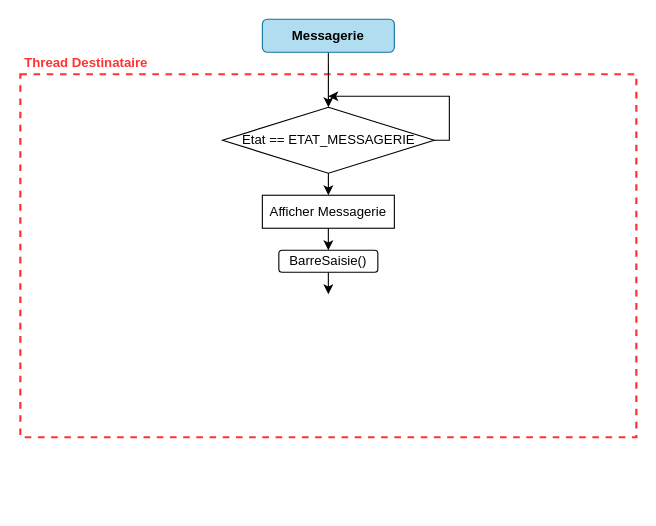
lucasmaisonnave/BottleV2 keeps this draw.io diagram as page "Messagerie Thread" (5 of 6) of AffichageBottle.drawio. Above is the earlier version. Source tidied: cells renumbered, new cells numbered last; positions are measured from the earlier drawing's top-left corner, leaving out a move shared by most shapes. Both pictures are drawn from the tidied source at 110%, with x=0, y=0 at pixel (20, 19).
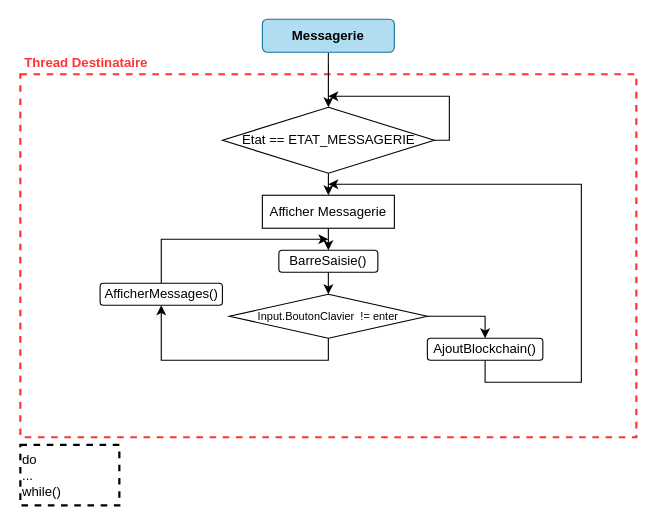
The same diagram, later.

Diff of the diagram source:
```diff
@@
-    <mxCell id="2" style="whiteSpace=wrap;html=1;dashed=1;fillColor=none;strokeColor=#FF3333;strokeWidth=2;" parent="1" vertex="1">
+    <mxCell id="2" style="whiteSpace=wrap;html=1;dashed=1;fillColor=none;strokeColor=#FF3333;strokeWidth=2;backgroundOutline=0;imageAspect=1;" parent="1" vertex="1">
       <mxGeometry y="50" width="560" height="330" as="geometry" />
     </mxCell>
@@
+    <mxCell id="14" style="edgeStyle=orthogonalEdgeStyle;rounded=0;jettySize=auto;html=1;exitX=1;exitY=0.5;exitDx=0;exitDy=0;entryX=0.5;entryY=0;entryDx=0;entryDy=0;" parent="1" edge="1" source="16" target="18">
+      <mxGeometry relative="1" as="geometry">
+        <Array as="points">
+          <mxPoint x="423" y="270" />
+          <mxPoint x="423" y="290" />
+        </Array>
+      </mxGeometry>
+    </mxCell>
+    <mxCell id="15" style="edgeStyle=orthogonalEdgeStyle;rounded=0;jettySize=auto;html=1;exitX=0.5;exitY=1;exitDx=0;exitDy=0;entryX=0.5;entryY=1;entryDx=0;entryDy=0;" parent="1" edge="1" source="16" target="21">
+      <mxGeometry relative="1" as="geometry">
+        <Array as="points">
+          <mxPoint x="280" y="310" />
+          <mxPoint x="128" y="310" />
+        </Array>
+      </mxGeometry>
+    </mxCell>
+    <mxCell id="16" value="&lt;font style=&quot;font-size: 10px&quot;&gt;&lt;font color=&quot;#000000&quot;&gt;Input.BoutonClavier&amp;nbsp; != enter&lt;/font&gt;&lt;/font&gt;&lt;font color=&quot;#000000&quot;&gt;&lt;br&gt;&lt;/font&gt;" style="rhombus;whiteSpace=wrap;html=1;strokeColor=#000000;fillColor=none;gradientColor=none;fontColor=#FF3333;" parent="1" vertex="1">
+      <mxGeometry x="190" y="250" width="180" height="40" as="geometry" />
+    </mxCell>
+    <mxCell id="17" style="edgeStyle=orthogonalEdgeStyle;rounded=0;jettySize=auto;html=1;exitX=0.5;exitY=1;exitDx=0;exitDy=0;" parent="1" edge="1" source="18">
+      <mxGeometry relative="1" as="geometry">
+        <mxPoint x="280" y="150" as="targetPoint" />
+        <Array as="points">
+          <mxPoint x="423" y="330" />
+          <mxPoint x="510" y="330" />
+          <mxPoint x="510" y="150" />
+        </Array>
+      </mxGeometry>
+    </mxCell>
+    <mxCell id="18" value="AjoutBlockchain()" style="rounded=1;whiteSpace=wrap;html=1;strokeColor=#000000;strokeWidth=1;" parent="1" vertex="1">
+      <mxGeometry x="370" y="290" width="105" height="20" as="geometry" />
+    </mxCell>
+    <mxCell id="19" value="&lt;div style=&quot;text-align: justify&quot;&gt;&lt;span&gt;do&lt;/span&gt;&lt;/div&gt;&lt;div style=&quot;text-align: justify&quot;&gt;&lt;span&gt;...&lt;/span&gt;&lt;/div&gt;&lt;div style=&quot;text-align: justify&quot;&gt;&lt;span&gt;while()&lt;/span&gt;&lt;/div&gt;" style="text;html=1;strokeColor=#000000;fillColor=none;align=left;verticalAlign=middle;whiteSpace=wrap;rounded=0;dashed=1;strokeWidth=2;" parent="1" vertex="1">
+      <mxGeometry y="387" width="90" height="55" as="geometry" />
+    </mxCell>
+    <mxCell id="20" style="edgeStyle=orthogonalEdgeStyle;rounded=0;jettySize=auto;html=1;exitX=0.5;exitY=0;exitDx=0;exitDy=0;" parent="1" edge="1" source="21">
+      <mxGeometry relative="1" as="geometry">
+        <mxPoint x="280" y="200" as="targetPoint" />
+        <Array as="points">
+          <mxPoint x="128" y="200" />
+        </Array>
+      </mxGeometry>
+    </mxCell>
+    <mxCell id="21" value="AfficherMessages()" style="rounded=1;whiteSpace=wrap;html=1;strokeColor=#000000;strokeWidth=1;" parent="1" vertex="1">
+      <mxGeometry x="72.5" y="240" width="111.2" height="20" as="geometry" />
+    </mxCell>
```
